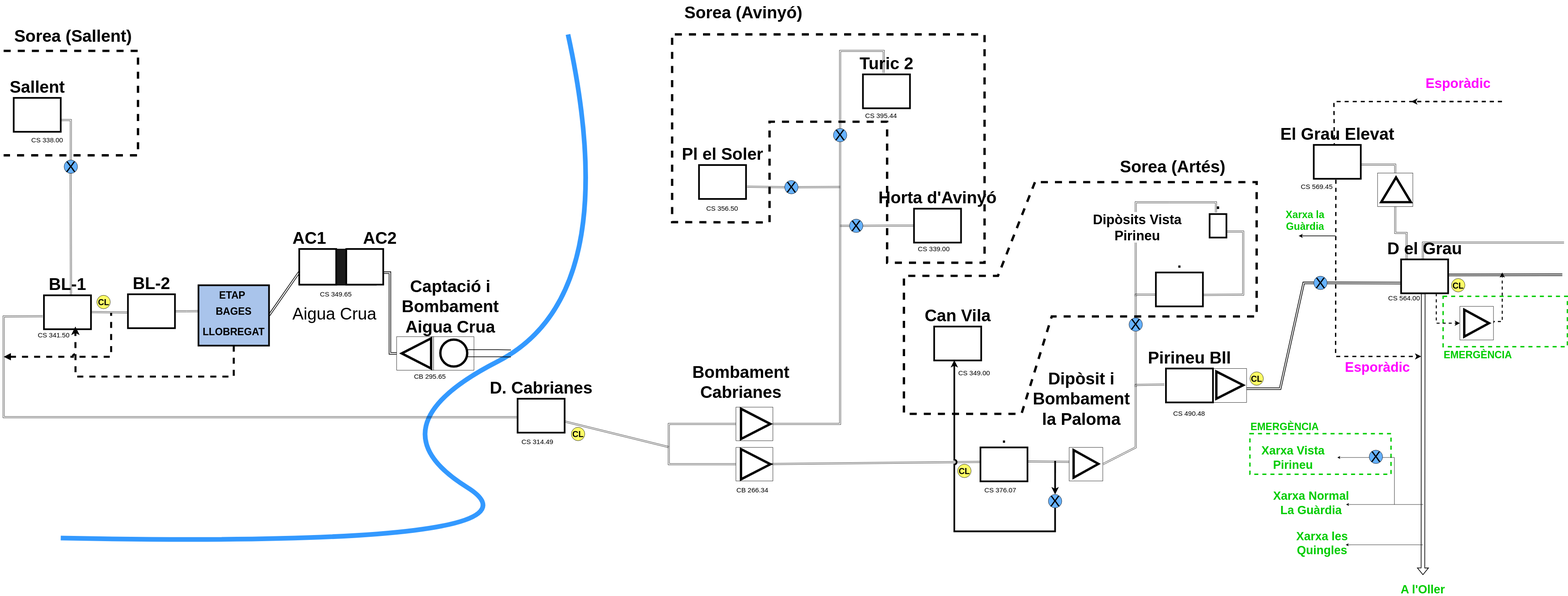
Above: bages_llobregat_30_7.svg in prac05/b_ll_prova_22 (draw.io), before the change. Source tidied: cells renumbered, new cells last; positions are measured from the earlier drawing's top-left corner, leaving out a move shared by most shapes.
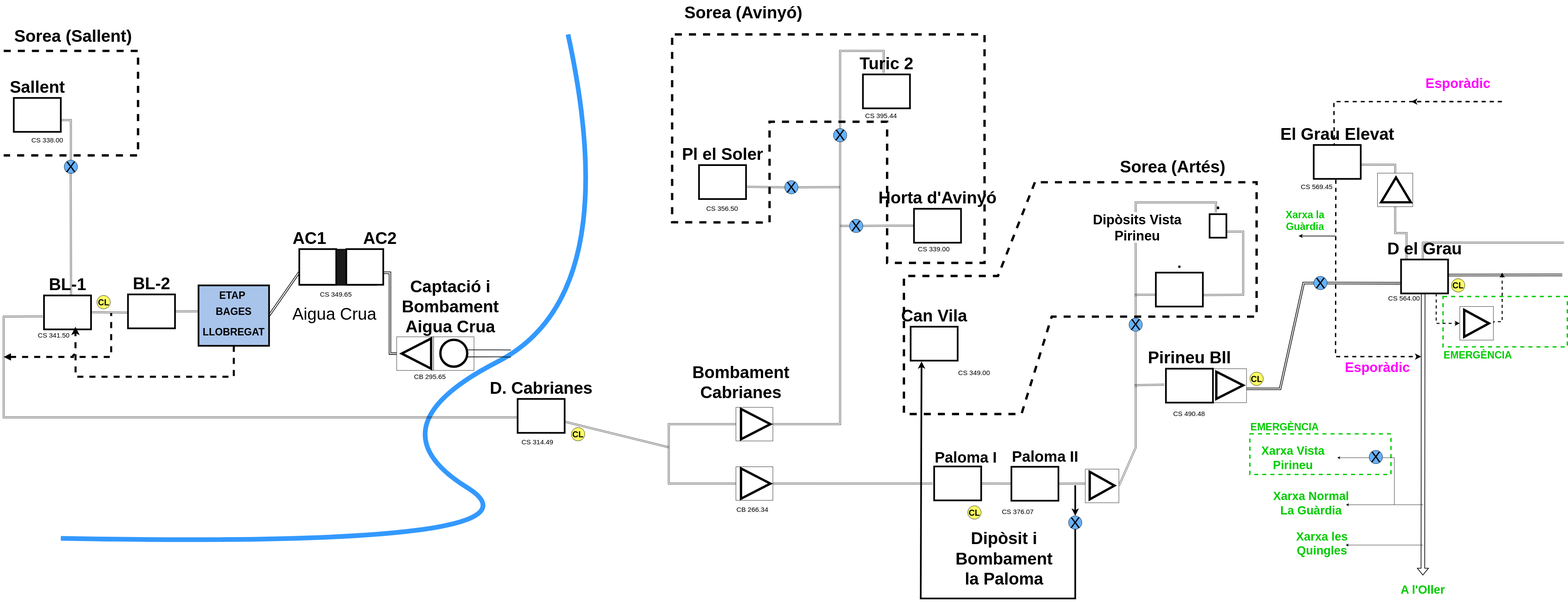
The same file after the commit.

Change to the diagram source:
```diff
@@ -80,36 +80,27 @@
     <mxCell id="18" style="edgeStyle=none;shape=link;rounded=0;jettySize=auto;html=1;elbow=vertical;entryX=0;entryY=0.5;entryDx=0;entryDy=0;" parent="1" edge="1" source="19" target="16">
       <mxGeometry relative="1" as="geometry">
         <Array as="points">
-          <mxPoint x="1980" y="1382" />
+          <mxPoint x="1980" y="1439" />
           <mxPoint x="1980" y="1262" />
         </Array>
       </mxGeometry>
     </mxCell>
     <mxCell id="19" style="rounded=0;whiteSpace=wrap;html=1;" parent="1" vertex="1">
-      <mxGeometry x="2180" y="1332" width="110" height="100" as="geometry" />
+      <mxGeometry x="2180" y="1389" width="110" height="100" as="geometry" />
     </mxCell>
-    <mxCell id="20" style="edgeStyle=none;shape=link;rounded=0;jettySize=auto;html=1;elbow=vertical;entryX=-0.011;entryY=0.427;entryDx=0;entryDy=0;entryPerimeter=0;" parent="1" edge="1" source="21" target="124">
-      <mxGeometry relative="1" as="geometry" />
-    </mxCell>
     <mxCell id="21" style="triangle;whiteSpace=wrap;html=1;strokeWidth=7;rotation=0;" parent="1" vertex="1">
-      <mxGeometry x="2195" y="1337" width="87.5" height="90" as="geometry" />
+      <mxGeometry x="2195" y="1394" width="87.5" height="90" as="geometry" />
     </mxCell>
     <mxCell id="22" style="edgeStyle=none;shape=link;rounded=0;jettySize=auto;html=1;elbow=vertical;" parent="1" edge="1" source="50">
       <mxGeometry relative="1" as="geometry">
         <mxPoint x="2335" y="557" as="targetPoint" />
       </mxGeometry>
     </mxCell>
-    <mxCell id="23" style="edgeStyle=none;shape=link;rounded=0;jettySize=auto;html=1;elbow=vertical;exitX=1;exitY=0.414;exitDx=0;exitDy=0;exitPerimeter=0;" parent="1" edge="1" source="124">
-      <mxGeometry relative="1" as="geometry">
-        <mxPoint x="3180" y="1375" as="targetPoint" />
-      </mxGeometry>
-    </mxCell>
-    <mxCell id="24" style="edgeStyle=none;rounded=0;jettySize=auto;html=1;elbow=vertical;strokeWidth=5;startArrow=classic;startFill=1;endArrow=none;endFill=0;entryX=0.5;entryY=1;entryDx=0;entryDy=0;jumpStyle=arc;" parent="1" edge="1" target="54">
+    <mxCell id="24" style="edgeStyle=none;rounded=0;jettySize=auto;html=1;elbow=vertical;strokeWidth=5;startArrow=classic;startFill=1;endArrow=none;endFill=0;entryX=0.5;entryY=1;entryDx=0;entryDy=0;jumpStyle=arc;exitX=0.232;exitY=1.022;exitDx=0;exitDy=0;exitPerimeter=0;" parent="1" edge="1" source="123" target="54">
       <mxGeometry relative="1" as="geometry">
-        <mxPoint x="2830" y="1072" as="sourcePoint" />
         <Array as="points">
-          <mxPoint x="2830" y="1582" />
-          <mxPoint x="3130" y="1582" />
+          <mxPoint x="2730" y="1781" />
+          <mxPoint x="3190" y="1781" />
         </Array>
       </mxGeometry>
     </mxCell>
@@ -135,10 +126,10 @@
       </mxGeometry>
     </mxCell>
     <mxCell id="27" style="rounded=0;whiteSpace=wrap;html=1;" parent="1" vertex="1">
-      <mxGeometry x="3172" y="1332" width="100" height="100" as="geometry" />
+      <mxGeometry x="3220" y="1396" width="100" height="100" as="geometry" />
     </mxCell>
     <mxCell id="28" style="triangle;whiteSpace=wrap;html=1;strokeWidth=7;rotation=0;" parent="1" vertex="1">
-      <mxGeometry x="3185.1" y="1340" width="73.8" height="82" as="geometry" />
+      <mxGeometry x="3233.1" y="1404" width="73.8" height="82" as="geometry" />
     </mxCell>
     <mxCell id="29" style="rounded=0;whiteSpace=wrap;html=1;" parent="1" vertex="1">
       <mxGeometry x="3600" y="1097" width="100" height="101" as="geometry" />
@@ -257,11 +248,11 @@
     </mxCell>
     <mxCell id="53" style="edgeStyle=none;rounded=0;jettySize=auto;html=1;exitX=0.5;exitY=0;exitDx=0;exitDy=0;elbow=vertical;endArrow=none;endFill=0;startArrow=classic;startFill=1;strokeWidth=5;" parent="1" edge="1" source="54">
       <mxGeometry relative="1" as="geometry">
-        <mxPoint x="3130.1" y="1372" as="targetPoint" />
+        <mxPoint x="3190" y="1444" as="targetPoint" />
       </mxGeometry>
     </mxCell>
     <mxCell id="54" value="&lt;font style=&quot;font-size: 46px;&quot;&gt;X&lt;/font&gt;" style="ellipse;whiteSpace=wrap;html=1;fontSize=46;fillColor=#66B2FF;" parent="1" vertex="1">
-      <mxGeometry x="3110" y="1472" width="40" height="40" as="geometry" />
+      <mxGeometry x="3170" y="1535" width="40" height="40" as="geometry" />
     </mxCell>
     <mxCell id="55" style="edgeStyle=none;shape=link;rounded=0;jettySize=auto;html=1;elbow=vertical;" parent="1" edge="1" target="56">
       <mxGeometry relative="1" as="geometry">
@@ -293,7 +284,7 @@
       <mxGeometry x="277.5" y="879" width="40" height="40" as="geometry" />
     </mxCell>
     <mxCell id="61" value="&lt;b&gt;&lt;font style=&quot;font-size: 25px;&quot;&gt;CL&lt;/font&gt;&lt;/b&gt;" style="ellipse;whiteSpace=wrap;html=1;fillColor=#FFFF66;" parent="1" vertex="1">
-      <mxGeometry x="2840" y="1382" width="40" height="40" as="geometry" />
+      <mxGeometry x="2870" y="1505" width="40" height="40" as="geometry" />
     </mxCell>
     <mxCell id="62" value="&lt;b&gt;&lt;font style=&quot;font-size: 25px;&quot;&gt;CL&lt;/font&gt;&lt;/b&gt;" style="ellipse;whiteSpace=wrap;html=1;fillColor=#FFFF66;" parent="1" vertex="1">
       <mxGeometry x="3710" y="1107" width="40" height="40" as="geometry" />
@@ -407,7 +398,7 @@
       </mxGeometry>
     </mxCell>
     <mxCell id="81" value="&lt;font size=&quot;1&quot; style=&quot;&quot;&gt;&lt;b style=&quot;font-size: 50px;&quot;&gt;Dipòsit i Bombament la Paloma&lt;/b&gt;&lt;/font&gt;" style="text;html=1;align=center;verticalAlign=middle;whiteSpace=wrap;rounded=0;" parent="1" vertex="1">
-      <mxGeometry x="3080" y="1157" width="257.2" height="60" as="geometry" />
+      <mxGeometry x="2850" y="1632" width="257.2" height="60" as="geometry" />
     </mxCell>
     <mxCell id="82" value="&lt;font size=&quot;1&quot; color=&quot;#00cc00&quot;&gt;&lt;b style=&quot;font-size: 35px;&quot;&gt;A l'Oller&lt;/b&gt;&lt;/font&gt;" style="text;html=1;align=center;verticalAlign=middle;whiteSpace=wrap;rounded=0;" parent="1" vertex="1">
       <mxGeometry x="4110" y="1739" width="230" height="30" as="geometry" />
@@ -454,7 +445,7 @@
       <mxGeometry x="1540" y="1297" width="130" height="50" as="geometry" />
     </mxCell>
     <mxCell id="94" value="&lt;span style=&quot;color: rgb(0, 0, 0); font-family: Helvetica; font-size: 20px; font-style: normal; font-variant-ligatures: normal; font-variant-caps: normal; font-weight: 400; letter-spacing: normal; orphans: 2; text-align: center; text-indent: 0px; text-transform: none; widows: 2; word-spacing: 0px; -webkit-text-stroke-width: 0px; white-space: normal; background-color: rgb(251, 251, 251); text-decoration-thickness: initial; text-decoration-style: initial; text-decoration-color: initial; display: inline !important; float: none;&quot;&gt;CB 266.34&lt;/span&gt;" style="text;whiteSpace=wrap;html=1;" parent="1" vertex="1">
-      <mxGeometry x="2180" y="1441" width="130" height="50" as="geometry" />
+      <mxGeometry x="2180" y="1498" width="130" height="50" as="geometry" />
     </mxCell>
     <mxCell id="95" value="&lt;span style=&quot;color: rgb(0, 0, 0); font-family: Helvetica; font-size: 20px; font-style: normal; font-variant-ligatures: normal; font-variant-caps: normal; font-weight: 400; letter-spacing: normal; orphans: 2; text-align: center; text-indent: 0px; text-transform: none; widows: 2; word-spacing: 0px; -webkit-text-stroke-width: 0px; white-space: normal; background-color: rgb(251, 251, 251); text-decoration-thickness: initial; text-decoration-style: initial; text-decoration-color: initial; display: inline !important; float: none;&quot;&gt;CS 356.50&lt;/span&gt;" style="text;whiteSpace=wrap;html=1;" parent="1" vertex="1">
       <mxGeometry x="2090" y="602" width="130" height="50" as="geometry" />
@@ -469,7 +460,7 @@
       <mxGeometry x="2840" y="1091" width="130" height="50" as="geometry" />
     </mxCell>
     <mxCell id="99" value="&lt;span style=&quot;color: rgb(0, 0, 0); font-family: Helvetica; font-size: 20px; font-style: normal; font-variant-ligatures: normal; font-variant-caps: normal; font-weight: 400; letter-spacing: normal; orphans: 2; text-align: center; text-indent: 0px; text-transform: none; widows: 2; word-spacing: 0px; -webkit-text-stroke-width: 0px; white-space: normal; background-color: rgb(251, 251, 251); text-decoration-thickness: initial; text-decoration-style: initial; text-decoration-color: initial; display: inline !important; float: none;&quot;&gt;CS 376.07&lt;/span&gt;" style="text;whiteSpace=wrap;html=1;" parent="1" vertex="1">
-      <mxGeometry x="2917.8" y="1441" width="130" height="50" as="geometry" />
+      <mxGeometry x="2970" y="1504" width="130" height="50" as="geometry" />
     </mxCell>
     <mxCell id="100" value="&lt;span style=&quot;color: rgb(0, 0, 0); font-family: Helvetica; font-size: 20px; font-style: normal; font-variant-ligatures: normal; font-variant-caps: normal; font-weight: 400; letter-spacing: normal; orphans: 2; text-align: center; text-indent: 0px; text-transform: none; widows: 2; word-spacing: 0px; -webkit-text-stroke-width: 0px; white-space: normal; background-color: rgb(251, 251, 251); text-decoration-thickness: initial; text-decoration-style: initial; text-decoration-color: initial; display: inline !important; float: none;&quot;&gt;CS 490.48&lt;/span&gt;" style="text;whiteSpace=wrap;html=1;" parent="1" vertex="1">
       <mxGeometry x="3480" y="1212" width="130" height="50" as="geometry" />
@@ -562,10 +553,10 @@
       <mxGeometry x="2710" y="621" width="140" height="101" as="geometry" />
     </mxCell>
     <mxCell id="123" value="&lt;font style=&quot;font-size: 50px;&quot;&gt;Can Vila&lt;/font&gt;" style="shape=mxgraph.pid.vessels.tank,_vessel;html=1;align=center;verticalLabelPosition=top;verticalAlign=bottom;dashed=0;strokeWidth=5;fillColor=none;shadow=0;labelBackgroundColor=none;labelPosition=center;fontStyle=1;" parent="1" vertex="1">
-      <mxGeometry x="2770" y="972" width="140" height="101" as="geometry" />
+      <mxGeometry x="2700" y="972" width="140" height="101" as="geometry" />
     </mxCell>
-    <mxCell id="124" value="&lt;font style=&quot;font-size: 45px;&quot;&gt;.&lt;/font&gt;" style="shape=mxgraph.pid.vessels.tank,_vessel;html=1;align=center;verticalLabelPosition=top;verticalAlign=bottom;dashed=0;strokeWidth=5;fillColor=none;shadow=0;labelBackgroundColor=none;labelPosition=center;fontStyle=1;" parent="1" vertex="1">
-      <mxGeometry x="2907.8" y="1332" width="140" height="101" as="geometry" />
+    <mxCell id="124" value="&lt;p style=&quot;line-height: 20%;&quot;&gt;&lt;font style=&quot;font-size: 45px;&quot;&gt;Paloma I&lt;/font&gt;&lt;/p&gt;" style="shape=mxgraph.pid.vessels.tank,_vessel;html=1;align=left;verticalLabelPosition=top;verticalAlign=bottom;dashed=0;strokeWidth=5;fillColor=none;shadow=0;labelBackgroundColor=none;labelPosition=center;fontStyle=1;" parent="1" vertex="1">
+      <mxGeometry x="2770" y="1388" width="140" height="101" as="geometry" />
     </mxCell>
     <mxCell id="125" value="&lt;font style=&quot;font-size: 45px;&quot;&gt;.&lt;/font&gt;" style="shape=mxgraph.pid.vessels.tank,_vessel;html=1;align=center;verticalLabelPosition=top;verticalAlign=bottom;dashed=0;strokeWidth=5;fillColor=none;shadow=0;labelBackgroundColor=none;labelPosition=center;fontStyle=1;" parent="1" vertex="1">
       <mxGeometry x="3430" y="811" width="140" height="101" as="geometry" />
@@ -582,5 +573,19 @@
     <mxCell id="129" value="&lt;font size=&quot;1&quot; style=&quot;&quot;&gt;&lt;b style=&quot;font-size: 40px;&quot;&gt;Dipòsits Vista Pirineu&lt;/b&gt;&lt;/font&gt;" style="text;html=1;align=center;verticalAlign=middle;whiteSpace=wrap;rounded=0;fillColor=default;" parent="1" vertex="1">
       <mxGeometry x="3210" y="631" width="330" height="91" as="geometry" />
     </mxCell>
+    <mxCell id="130" style="rounded=0;jettySize=auto;html=1;shape=link;" parent="1" edge="1" source="132" target="124">
+      <mxGeometry relative="1" as="geometry" />
+    </mxCell>
+    <mxCell id="131" style="rounded=0;jettySize=auto;html=1;shape=link;" parent="1" edge="1" source="132">
+      <mxGeometry relative="1" as="geometry">
+        <mxPoint x="3220" y="1439" as="targetPoint" />
+      </mxGeometry>
+    </mxCell>
+    <mxCell id="132" value="&lt;font style=&quot;font-size: 45px;&quot;&gt;Paloma II&lt;/font&gt;" style="shape=mxgraph.pid.vessels.tank,_vessel;html=1;align=left;verticalLabelPosition=top;verticalAlign=bottom;dashed=0;strokeWidth=5;fillColor=none;shadow=0;labelBackgroundColor=none;labelPosition=center;fontStyle=1;" parent="1" vertex="1">
+      <mxGeometry x="3000" y="1389" width="140" height="101" as="geometry" />
+    </mxCell>
+    <mxCell id="133" style="rounded=0;jettySize=auto;html=1;exitX=1;exitY=0.5;exitDx=0;exitDy=0;entryX=-0.032;entryY=0.505;entryDx=0;entryDy=0;entryPerimeter=0;shape=link;" parent="1" edge="1" source="19" target="124">
+      <mxGeometry relative="1" as="geometry" />
+    </mxCell>
   </root>
 </mxGraphModel>
```
